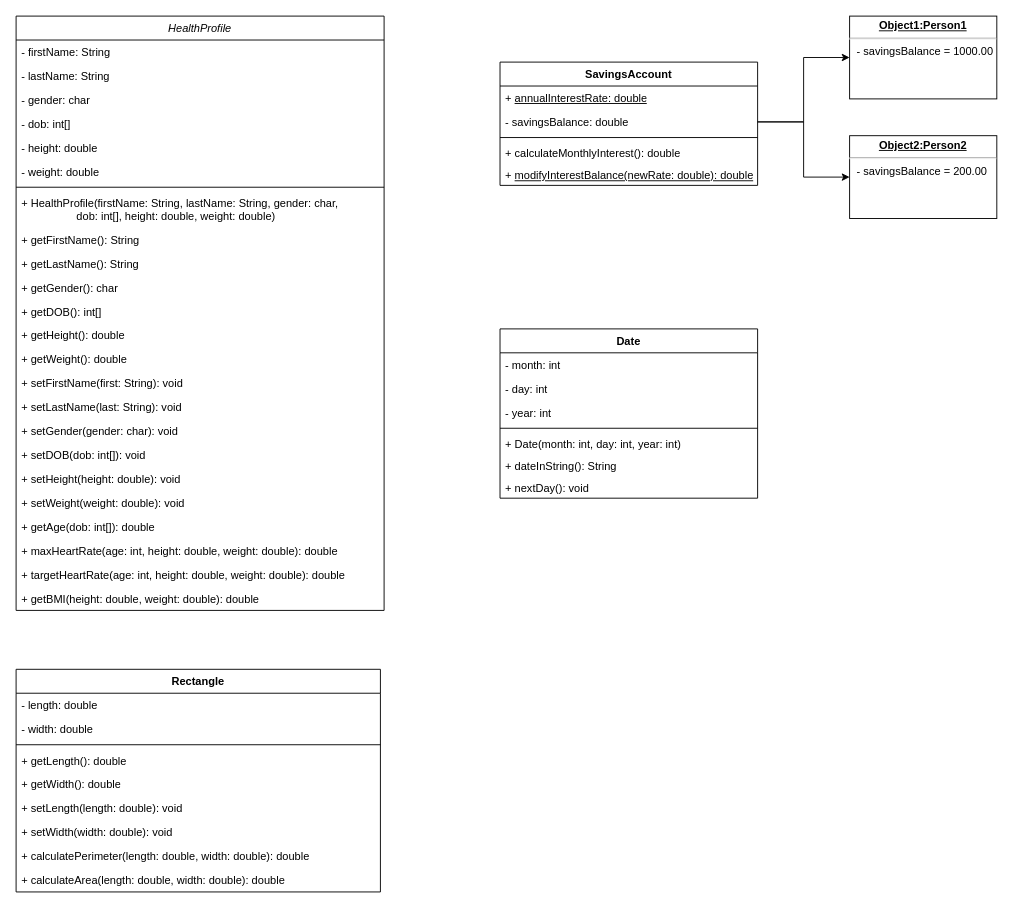
Above: src/Untitled Diagram.drawio in aguilarsean/CPE-2101L (draw.io), before the change. Source tidied: cells renumbered, new cells numbered last; positions are measured from the earlier drawing's top-left corner, leaving out a move shared by most shapes. Both pictures are drawn from the tidied source at 92%, with x=0, y=0 at pixel (16, 16).
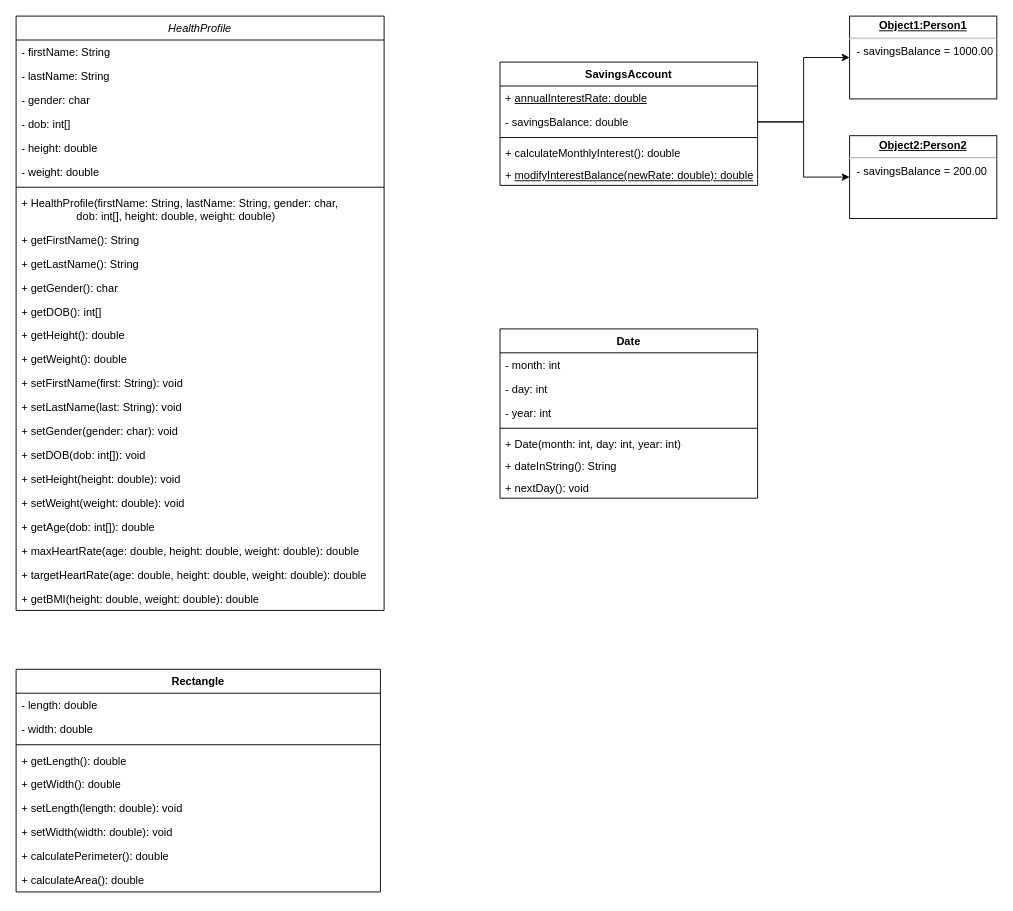
Above is the later version.

The change refers to these unchanged cells:
```xml
<mxCell id="2" value="HealthProfile" style="swimlane;fontStyle=2;align=center;verticalAlign=top;horizontal=1;startSize=26;rounded=0;shadow=0;strokeWidth=1;" parent="1" vertex="1">
  <mxGeometry width="400" height="646" as="geometry" />
</mxCell>
<mxCell id="27" value="Rectangle" style="swimlane;fontStyle=1;align=center;verticalAlign=top;horizontal=1;startSize=26;whiteSpace=wrap;html=1;" parent="1" vertex="1">
  <mxGeometry y="710" width="396" height="242" as="geometry" />
</mxCell>
```

What changed in the source:
```diff
@@
-    <mxCell id="24" value="+ maxHeartRate(age: int, height: double, weight: double): double" style="text;align=left;verticalAlign=top;spacingLeft=4;spacingRight=4;overflow=hidden;" parent="2" vertex="1">
+    <mxCell id="24" value="+ maxHeartRate(age: double, height: double, weight: double): double" style="text;align=left;verticalAlign=top;spacingLeft=4;spacingRight=4;overflow=hidden;" parent="2" vertex="1">
       <mxGeometry y="568" width="400" height="26" as="geometry" />
     </mxCell>
-    <mxCell id="25" value="+ targetHeartRate(age: int, height: double, weight: double): double" style="text;align=left;verticalAlign=top;spacingLeft=4;spacingRight=4;overflow=hidden;" parent="2" vertex="1">
+    <mxCell id="25" value="+ targetHeartRate(age: double, height: double, weight: double): double" style="text;align=left;verticalAlign=top;spacingLeft=4;spacingRight=4;overflow=hidden;" parent="2" vertex="1">
       <mxGeometry y="594" width="400" height="26" as="geometry" />
     </mxCell>
@@
-    <mxCell id="35" value="+ calculatePerimeter(length: double, width: double): double" style="text;strokeColor=none;fillColor=none;align=left;verticalAlign=top;spacingLeft=4;spacingRight=4;overflow=hidden;whiteSpace=wrap;html=1;" parent="27" vertex="1">
+    <mxCell id="35" value="+ calculatePerimeter(): double" style="text;strokeColor=none;fillColor=none;align=left;verticalAlign=top;spacingLeft=4;spacingRight=4;overflow=hidden;whiteSpace=wrap;html=1;" parent="27" vertex="1">
       <mxGeometry y="190" width="396" height="26" as="geometry" />
     </mxCell>
-    <mxCell id="36" value="+ calculateArea(length: double, width: double): double" style="text;strokeColor=none;fillColor=none;align=left;verticalAlign=top;spacingLeft=4;spacingRight=4;overflow=hidden;whiteSpace=wrap;html=1;" parent="27" vertex="1">
+    <mxCell id="36" value="+ calculateArea(): double" style="text;strokeColor=none;fillColor=none;align=left;verticalAlign=top;spacingLeft=4;spacingRight=4;overflow=hidden;whiteSpace=wrap;html=1;" parent="27" vertex="1">
       <mxGeometry y="216" width="396" height="26" as="geometry" />
     </mxCell>
```
